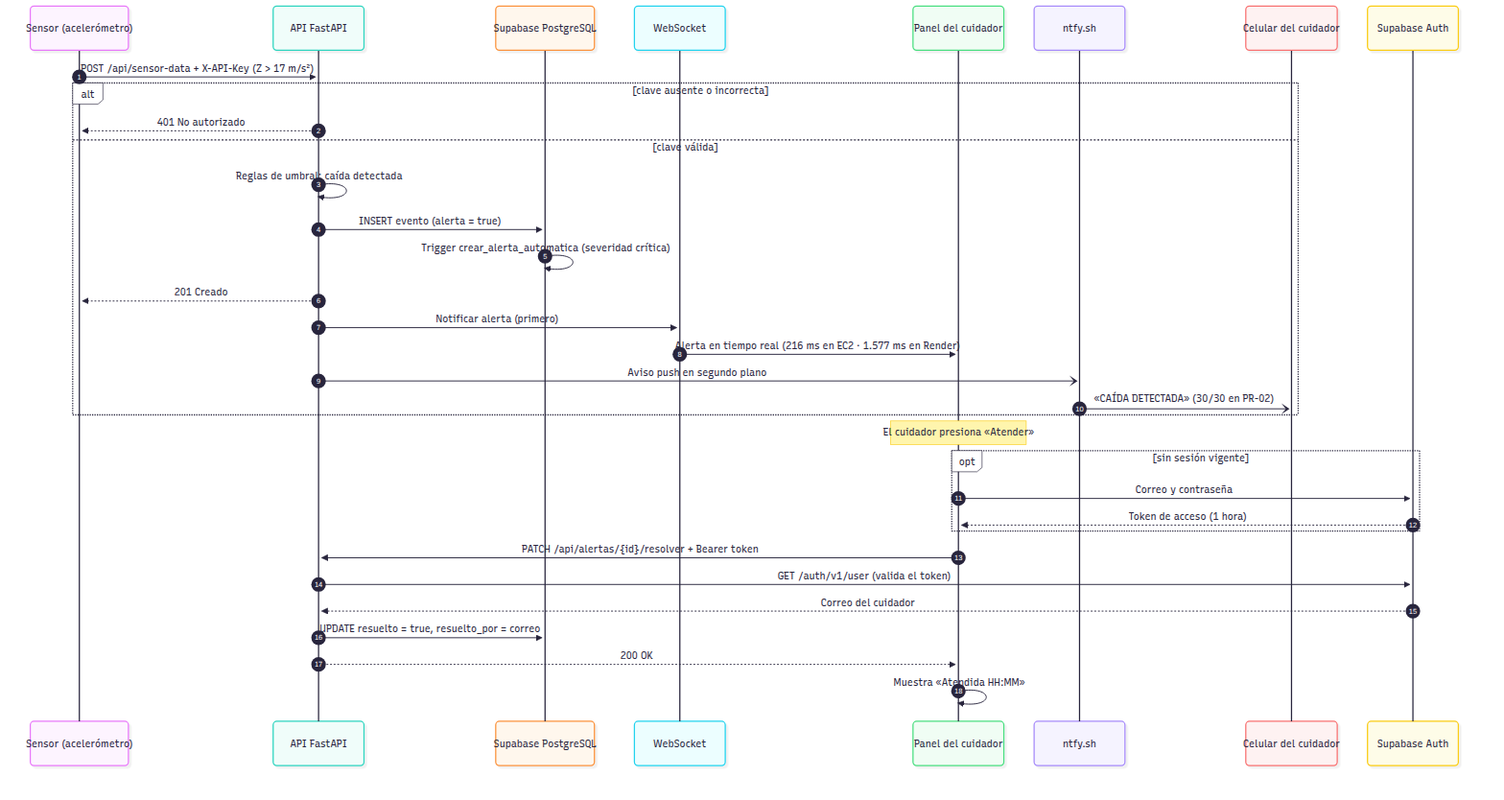
Before: docs/fase2/diagramas/03_secuencia_flujo_critico.png, a diagram exported from Mermaid (AndresVergara74/domovida-backend). Its source is kept beside it as docs/fase2/diagramas/03_secuencia_flujo_critico.mmd. Its diagram source:
```mermaid
sequenceDiagram
  autonumber
  participant S as Sensor (acelerómetro)
  participant A as API FastAPI
  participant B as Supabase PostgreSQL
  participant W as WebSocket
  participant P as Panel del cuidador
  participant N as ntfy.sh
  participant C as Celular del cuidador
  participant U as Supabase Auth
  S->>A: POST /api/sensor-data + X-API-Key (Z > 17 m/s²)
  alt clave ausente o incorrecta
    A-->>S: 401 No autorizado
  else clave válida
    A->>A: Reglas de umbral: caída detectada
    A->>B: INSERT evento (alerta = true)
    B->>B: Trigger crear_alerta_automatica (severidad crítica)
    A-->>S: 201 Creado
    A->>W: Notificar alerta (primero)
    W->>P: Alerta en tiempo real (216 ms en EC2 · 1.577 ms en Render)
    A-)N: Aviso push en segundo plano
    N-)C: «CAÍDA DETECTADA» (30/30 en PR-02)
  end
  Note over P: El cuidador presiona «Atender»
  opt sin sesión vigente
    P->>U: Correo y contraseña
    U-->>P: Token de acceso (1 hora)
  end
  P->>A: PATCH /api/alertas/{id}/resolver + Bearer token
  A->>U: GET /auth/v1/user (valida el token)
  U-->>A: Correo del cuidador
  A->>B: UPDATE resuelto = true, resuelto_por = correo
  A-->>P: 200 OK
  P->>P: Muestra «Atendida HH:MM»
```
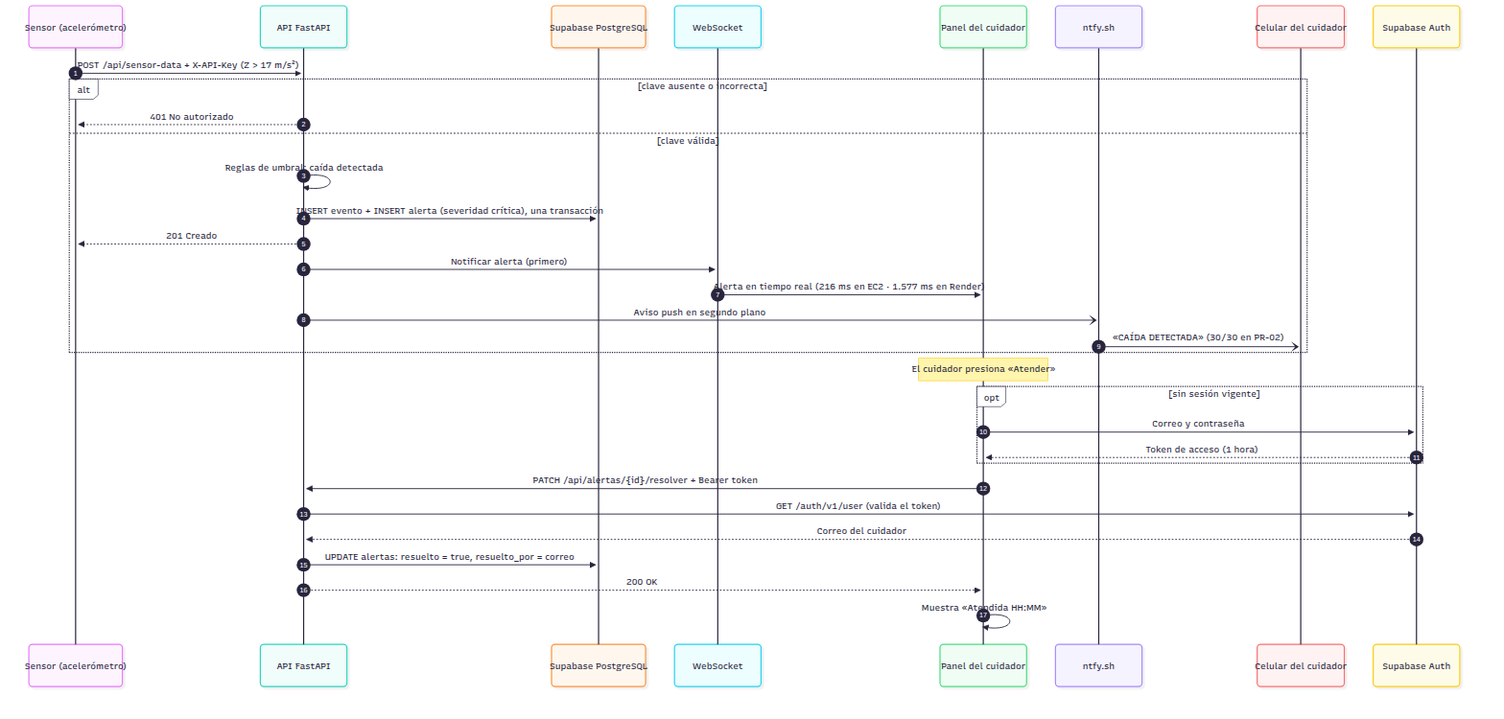
The same diagram one commit later.

Commit message:
docs(diagramas): secuencia y modelo de datos actualizados tras migraciones 001 y 002

Diff of the diagram source:
```diff
@@ -13,8 +13,7 @@
     A-->>S: 401 No autorizado
   else clave válida
     A->>A: Reglas de umbral: caída detectada
-    A->>B: INSERT evento (alerta = true)
-    B->>B: Trigger crear_alerta_automatica (severidad crítica)
+    A->>B: INSERT evento + INSERT alerta (severidad crítica), una transacción
     A-->>S: 201 Creado
     A->>W: Notificar alerta (primero)
     W->>P: Alerta en tiempo real (216 ms en EC2 · 1.577 ms en Render)
@@ -29,6 +28,6 @@
   P->>A: PATCH /api/alertas/{id}/resolver + Bearer token
   A->>U: GET /auth/v1/user (valida el token)
   U-->>A: Correo del cuidador
-  A->>B: UPDATE resuelto = true, resuelto_por = correo
+  A->>B: UPDATE alertas: resuelto = true, resuelto_por = correo
   A-->>P: 200 OK
   P->>P: Muestra «Atendida HH:MM»
```
